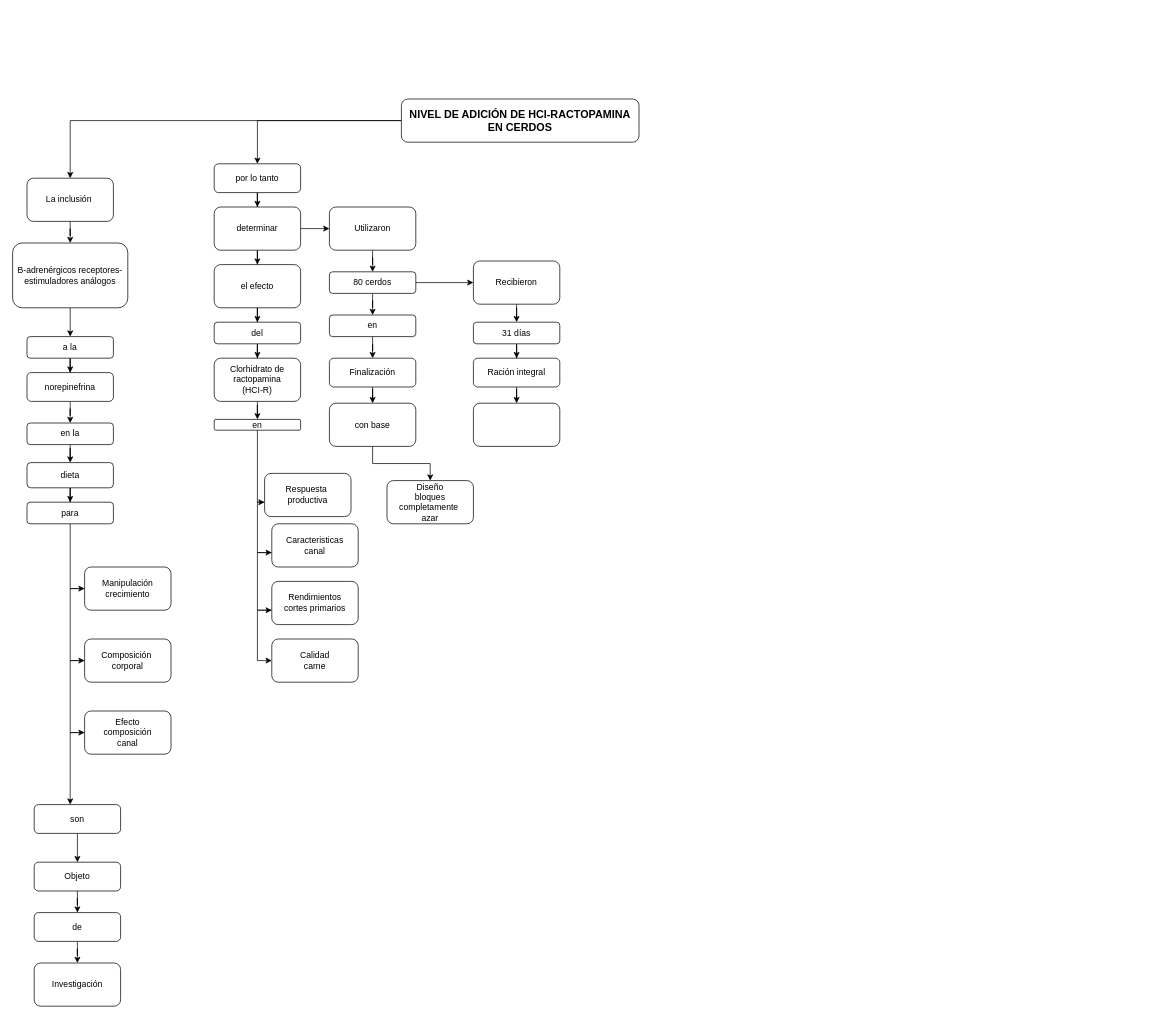
Before: Diagrama sin título.drawio in luisvelez96/luis, a draw.io diagram. Source tidied: cells renumbered, new cells numbered last; positions are measured from the earlier drawing's top-left corner, leaving out a move shared by most shapes. Both pictures are drawn from the tidied source at 72%, with x=0, y=0 at pixel (12, 99).
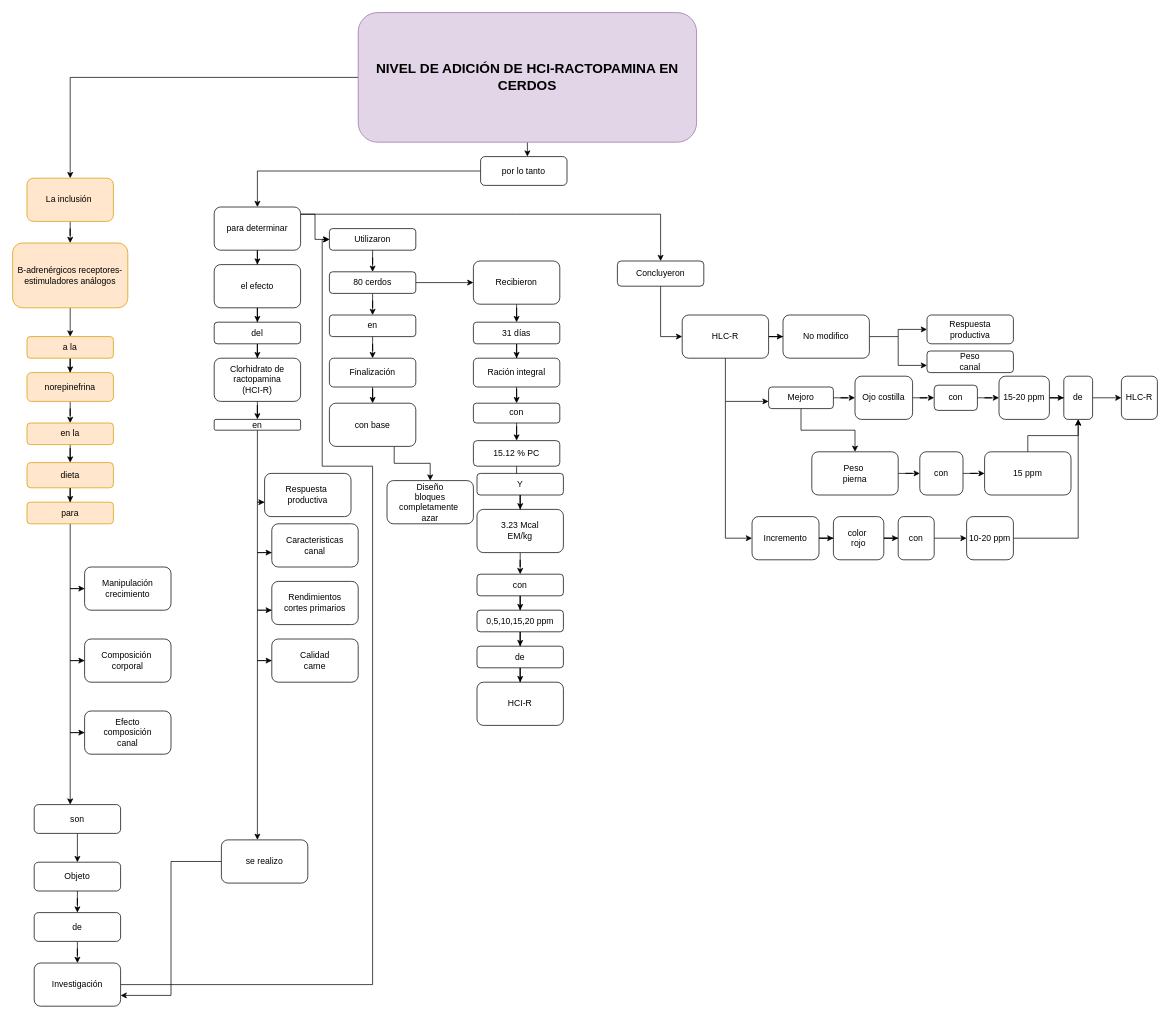
The same diagram, later.

Unchanged cells that the change refers to:
```xml
<mxCell id="31" value="Investigación" style="whiteSpace=wrap;html=1;rounded=1;strokeWidth=1;" parent="1" vertex="1">
  <mxGeometry x="30" y="1200" width="120" height="60" as="geometry" />
</mxCell>
<mxCell id="51" value="Calidad&lt;br&gt;carne" style="whiteSpace=wrap;html=1;rounded=1;strokeWidth=1;" parent="1" vertex="1">
  <mxGeometry x="360" y="750" width="120" height="60" as="geometry" />
</mxCell>
<mxCell id="62" value="con base" style="whiteSpace=wrap;html=1;rounded=1;strokeWidth=1;" parent="1" vertex="1">
  <mxGeometry x="440" y="422.5" width="120" height="60" as="geometry" />
</mxCell>
<mxCell id="63" value="Diseño&lt;br&gt;bloques&lt;br&gt;completamente&amp;nbsp;&lt;br&gt;azar" style="whiteSpace=wrap;html=1;rounded=1;strokeWidth=1;" parent="1" vertex="1">
  <mxGeometry x="520" y="530" width="120" height="60" as="geometry" />
</mxCell>
```

The edit, as a diff of the source:
```diff
@@
     <mxCell id="3" style="edgeStyle=orthogonalEdgeStyle;rounded=0;jettySize=auto;html=1;" parent="1" edge="1" source="4" target="33">
-      <mxGeometry relative="1" as="geometry" />
+      <mxGeometry relative="1" as="geometry">
+        <Array as="points">
+          <mxPoint x="700" y="110" />
+        </Array>
+      </mxGeometry>
     </mxCell>
-    <mxCell id="4" value="&lt;b&gt;&lt;font style=&quot;font-size: 15px&quot;&gt;NIVEL DE ADICIÓN DE HCI-RACTOPAMINA EN CERDOS&lt;/font&gt;&lt;/b&gt;" style="rounded=1;whiteSpace=wrap;html=1;strokeWidth=1;" parent="1" vertex="1">
-      <mxGeometry x="540" width="330" height="60" as="geometry" />
+    <mxCell id="4" value="&lt;font style=&quot;font-size: 19px&quot;&gt;&lt;b&gt;NIVEL DE ADICIÓN DE HCI-RACTOPAMINA EN CERDOS&lt;/b&gt;&lt;/font&gt;" style="rounded=1;whiteSpace=wrap;html=1;strokeWidth=1;fillColor=#e1d5e7;strokeColor=#9673a6;" parent="1" vertex="1">
+      <mxGeometry x="480" y="-120" width="470" height="180" as="geometry" />
     </mxCell>
@@
-    <mxCell id="6" value="La inclusión&amp;nbsp;" style="whiteSpace=wrap;html=1;rounded=1;strokeWidth=1;" parent="1" vertex="1">
+    <mxCell id="6" value="La inclusión&amp;nbsp;" style="whiteSpace=wrap;html=1;rounded=1;strokeWidth=1;fillColor=#ffe6cc;strokeColor=#d79b00;" parent="1" vertex="1">
       <mxGeometry x="20" y="110" width="120" height="60" as="geometry" />
     </mxCell>
@@
-    <mxCell id="8" value="B-adrenérgicos receptores-estimuladores análogos" style="whiteSpace=wrap;html=1;rounded=1;strokeWidth=1;" parent="1" vertex="1">
+    <mxCell id="8" value="B-adrenérgicos receptores-estimuladores análogos" style="whiteSpace=wrap;html=1;rounded=1;strokeWidth=1;fillColor=#ffe6cc;strokeColor=#d79b00;" parent="1" vertex="1">
       <mxGeometry y="200" width="160" height="90" as="geometry" />
     </mxCell>
@@
-    <mxCell id="10" value="a la" style="whiteSpace=wrap;html=1;rounded=1;strokeWidth=1;" parent="1" vertex="1">
+    <mxCell id="10" value="a la" style="whiteSpace=wrap;html=1;rounded=1;strokeWidth=1;fillColor=#ffe6cc;strokeColor=#d79b00;" parent="1" vertex="1">
       <mxGeometry x="20" y="330" width="120" height="30" as="geometry" />
     </mxCell>
@@
-    <mxCell id="12" value="norepinefrina" style="whiteSpace=wrap;html=1;rounded=1;strokeWidth=1;" parent="1" vertex="1">
+    <mxCell id="12" value="norepinefrina" style="whiteSpace=wrap;html=1;rounded=1;strokeWidth=1;fillColor=#ffe6cc;strokeColor=#d79b00;" parent="1" vertex="1">
       <mxGeometry x="20" y="380" width="120" height="40" as="geometry" />
     </mxCell>
@@
-    <mxCell id="14" value="en la" style="whiteSpace=wrap;html=1;rounded=1;strokeWidth=1;" parent="1" vertex="1">
+    <mxCell id="14" value="en la" style="whiteSpace=wrap;html=1;rounded=1;strokeWidth=1;fillColor=#ffe6cc;strokeColor=#d79b00;" parent="1" vertex="1">
       <mxGeometry x="20" y="450" width="120" height="30" as="geometry" />
     </mxCell>
@@
-    <mxCell id="16" value="dieta" style="whiteSpace=wrap;html=1;rounded=1;strokeWidth=1;" parent="1" vertex="1">
+    <mxCell id="16" value="dieta" style="whiteSpace=wrap;html=1;rounded=1;strokeWidth=1;fillColor=#ffe6cc;strokeColor=#d79b00;" parent="1" vertex="1">
       <mxGeometry x="20" y="505" width="120" height="35" as="geometry" />
     </mxCell>
@@
-    <mxCell id="18" value="para" style="whiteSpace=wrap;html=1;rounded=1;strokeWidth=1;" parent="1" vertex="1">
+    <mxCell id="18" value="para" style="whiteSpace=wrap;html=1;rounded=1;strokeWidth=1;fillColor=#ffe6cc;strokeColor=#d79b00;" parent="1" vertex="1">
       <mxGeometry x="20" y="560" width="120" height="30" as="geometry" />
     </mxCell>
@@
+    <mxCell id="71" style="edgeStyle=orthogonalEdgeStyle;rounded=0;jettySize=auto;html=1;entryX=0;entryY=0.5;entryDx=0;entryDy=0;" parent="1" edge="1" source="31" target="53">
+      <mxGeometry relative="1" as="geometry">
+        <Array as="points">
+          <mxPoint x="500" y="1230" />
+          <mxPoint x="500" y="510" />
+          <mxPoint x="430" y="510" />
+          <mxPoint x="430" y="195" />
+        </Array>
+      </mxGeometry>
+    </mxCell>
@@
     <mxCell id="33" value="por lo tanto" style="whiteSpace=wrap;html=1;rounded=1;strokeWidth=1;" parent="1" vertex="1">
-      <mxGeometry x="280" y="90" width="120" height="40" as="geometry" />
+      <mxGeometry x="650" y="80" width="120" height="40" as="geometry" />
     </mxCell>
@@
     <mxCell id="35" style="edgeStyle=orthogonalEdgeStyle;rounded=0;jettySize=auto;html=1;" parent="1" edge="1" source="36" target="53">
-      <mxGeometry relative="1" as="geometry" />
+      <mxGeometry relative="1" as="geometry">
+        <Array as="points">
+          <mxPoint x="420" y="160" />
+          <mxPoint x="420" y="195" />
+        </Array>
+      </mxGeometry>
     </mxCell>
-    <mxCell id="36" value="determinar" style="whiteSpace=wrap;html=1;rounded=1;strokeWidth=1;" parent="1" vertex="1">
+    <mxCell id="36" value="para determinar" style="whiteSpace=wrap;html=1;rounded=1;strokeWidth=1;" parent="1" vertex="1">
       <mxGeometry x="280" y="150" width="120" height="60" as="geometry" />
     </mxCell>
@@
+    <mxCell id="72" style="edgeStyle=orthogonalEdgeStyle;rounded=0;jettySize=auto;html=1;" parent="1" edge="1" source="51" target="126">
+      <mxGeometry relative="1" as="geometry">
+        <Array as="points">
+          <mxPoint x="340" y="780" />
+        </Array>
+      </mxGeometry>
+    </mxCell>
@@
     <mxCell id="53" value="Utilizaron" style="whiteSpace=wrap;html=1;rounded=1;strokeWidth=1;" parent="1" vertex="1">
-      <mxGeometry x="440" y="150" width="120" height="60" as="geometry" />
+      <mxGeometry x="440" y="180" width="120" height="30" as="geometry" />
     </mxCell>
@@
     <mxCell id="61" style="edgeStyle=orthogonalEdgeStyle;rounded=0;jettySize=auto;html=1;" parent="1" edge="1" source="62" target="63">
-      <mxGeometry relative="1" as="geometry" />
+      <mxGeometry relative="1" as="geometry">
+        <Array as="points">
+          <mxPoint x="530" y="506" />
+          <mxPoint x="580" y="506" />
+        </Array>
+      </mxGeometry>
     </mxCell>
@@
+    <mxCell id="73" style="edgeStyle=orthogonalEdgeStyle;rounded=0;jettySize=auto;html=1;" parent="1" edge="1" target="89">
+      <mxGeometry relative="1" as="geometry">
+        <mxPoint x="400" y="160" as="sourcePoint" />
+        <Array as="points">
+          <mxPoint x="700" y="160" />
+          <mxPoint x="900" y="160" />
+        </Array>
+      </mxGeometry>
+    </mxCell>
@@
+    <mxCell id="74" style="edgeStyle=orthogonalEdgeStyle;rounded=0;jettySize=auto;html=1;" parent="1" edge="1" source="70" target="76">
+      <mxGeometry relative="1" as="geometry" />
+    </mxCell>
-    <mxCell id="70" style="whiteSpace=wrap;html=1;rounded=1;strokeWidth=1;" parent="1" vertex="1">
-      <mxGeometry x="640" y="422.5" width="120" height="60" as="geometry" />
+    <mxCell id="70" value="con" style="whiteSpace=wrap;html=1;rounded=1;strokeWidth=1;" parent="1" vertex="1">
+      <mxGeometry x="640" y="422.5" width="120" height="27.5" as="geometry" />
     </mxCell>
+    <mxCell id="75" style="edgeStyle=orthogonalEdgeStyle;rounded=0;jettySize=auto;html=1;" parent="1" edge="1" source="76" target="78">
+      <mxGeometry relative="1" as="geometry" />
+    </mxCell>
+    <mxCell id="76" value="15.12 % PC" style="whiteSpace=wrap;html=1;rounded=1;strokeWidth=1;" parent="1" vertex="1">
+      <mxGeometry x="640" y="474.5" width="120" height="35.5" as="geometry" />
+    </mxCell>
+    <mxCell id="77" style="edgeStyle=orthogonalEdgeStyle;rounded=0;jettySize=auto;html=1;" parent="1" edge="1" source="78" target="80">
+      <mxGeometry relative="1" as="geometry" />
+    </mxCell>
+    <mxCell id="78" value="Y" style="whiteSpace=wrap;html=1;rounded=1;strokeWidth=1;" parent="1" vertex="1">
+      <mxGeometry x="645" y="520" width="120" height="30" as="geometry" />
+    </mxCell>
+    <mxCell id="79" style="edgeStyle=orthogonalEdgeStyle;rounded=0;jettySize=auto;html=1;" parent="1" edge="1" source="80" target="82">
+      <mxGeometry relative="1" as="geometry" />
+    </mxCell>
+    <mxCell id="80" value="3.23 Mcal&lt;br&gt;EM/kg" style="whiteSpace=wrap;html=1;rounded=1;strokeWidth=1;" parent="1" vertex="1">
+      <mxGeometry x="645" y="570" width="120" height="60" as="geometry" />
+    </mxCell>
+    <mxCell id="81" style="edgeStyle=orthogonalEdgeStyle;rounded=0;jettySize=auto;html=1;" parent="1" edge="1" source="82" target="84">
+      <mxGeometry relative="1" as="geometry" />
+    </mxCell>
+    <mxCell id="82" value="con" style="whiteSpace=wrap;html=1;rounded=1;strokeWidth=1;" parent="1" vertex="1">
+      <mxGeometry x="645" y="660" width="120" height="30" as="geometry" />
+    </mxCell>
+    <mxCell id="83" style="edgeStyle=orthogonalEdgeStyle;rounded=0;jettySize=auto;html=1;" parent="1" edge="1" source="84" target="86">
+      <mxGeometry relative="1" as="geometry" />
+    </mxCell>
+    <mxCell id="84" value="0,5,10,15,20 ppm" style="whiteSpace=wrap;html=1;rounded=1;strokeWidth=1;" parent="1" vertex="1">
+      <mxGeometry x="645" y="710" width="120" height="30" as="geometry" />
+    </mxCell>
+    <mxCell id="85" style="edgeStyle=orthogonalEdgeStyle;rounded=0;jettySize=auto;html=1;" parent="1" edge="1" source="86" target="87">
+      <mxGeometry relative="1" as="geometry" />
+    </mxCell>
+    <mxCell id="86" value="de" style="whiteSpace=wrap;html=1;rounded=1;strokeWidth=1;" parent="1" vertex="1">
+      <mxGeometry x="645" y="760" width="120" height="30" as="geometry" />
+    </mxCell>
+    <mxCell id="87" value="HCI-R" style="whiteSpace=wrap;html=1;rounded=1;strokeWidth=1;" parent="1" vertex="1">
+      <mxGeometry x="645" y="810" width="120" height="60" as="geometry" />
+    </mxCell>
+    <mxCell id="88" style="edgeStyle=orthogonalEdgeStyle;rounded=0;jettySize=auto;html=1;" parent="1" edge="1" source="89" target="92">
+      <mxGeometry relative="1" as="geometry">
+        <Array as="points">
+          <mxPoint x="900" y="330" />
+        </Array>
+      </mxGeometry>
+    </mxCell>
+    <mxCell id="89" value="Concluyeron" style="whiteSpace=wrap;html=1;rounded=1;strokeWidth=1;" parent="1" vertex="1">
+      <mxGeometry x="840" y="225" width="120" height="35" as="geometry" />
+    </mxCell>
+    <mxCell id="90" style="edgeStyle=orthogonalEdgeStyle;rounded=0;jettySize=auto;html=1;" parent="1" edge="1" source="92" target="94">
+      <mxGeometry relative="1" as="geometry" />
+    </mxCell>
+    <mxCell id="91" style="edgeStyle=orthogonalEdgeStyle;rounded=0;jettySize=auto;html=1;" parent="1" edge="1" source="92" target="100">
+      <mxGeometry relative="1" as="geometry">
+        <Array as="points">
+          <mxPoint x="990" y="420" />
+        </Array>
+      </mxGeometry>
+    </mxCell>
+    <mxCell id="92" value="HLC-R" style="whiteSpace=wrap;html=1;rounded=1;strokeWidth=1;" parent="1" vertex="1">
+      <mxGeometry x="930" y="300" width="120" height="60" as="geometry" />
+    </mxCell>
+    <mxCell id="93" style="edgeStyle=orthogonalEdgeStyle;rounded=0;jettySize=auto;html=1;" parent="1" edge="1" source="94" target="96">
+      <mxGeometry relative="1" as="geometry" />
+    </mxCell>
+    <mxCell id="94" value="No modifico" style="whiteSpace=wrap;html=1;rounded=1;strokeWidth=1;" parent="1" vertex="1">
+      <mxGeometry x="1070" y="300" width="120" height="60" as="geometry" />
+    </mxCell>
+    <mxCell id="95" style="edgeStyle=orthogonalEdgeStyle;rounded=0;jettySize=auto;html=1;" parent="1" edge="1" target="97">
+      <mxGeometry relative="1" as="geometry">
+        <mxPoint x="1230" y="330" as="sourcePoint" />
+        <Array as="points">
+          <mxPoint x="1230" y="370" />
+        </Array>
+      </mxGeometry>
+    </mxCell>
+    <mxCell id="96" value="Respuesta &lt;br&gt;productiva&lt;br&gt;" style="whiteSpace=wrap;html=1;rounded=1;strokeWidth=1;" parent="1" vertex="1">
+      <mxGeometry x="1270" y="300" width="120" height="40" as="geometry" />
+    </mxCell>
+    <mxCell id="97" value="Peso&lt;br&gt;canal" style="whiteSpace=wrap;html=1;rounded=1;strokeWidth=1;" parent="1" vertex="1">
+      <mxGeometry x="1270" y="350" width="120" height="30" as="geometry" />
+    </mxCell>
+    <mxCell id="98" style="edgeStyle=orthogonalEdgeStyle;rounded=0;jettySize=auto;html=1;" parent="1" edge="1" source="100" target="102">
+      <mxGeometry relative="1" as="geometry" />
+    </mxCell>
+    <mxCell id="99" style="edgeStyle=orthogonalEdgeStyle;rounded=0;jettySize=auto;html=1;" parent="1" edge="1" source="100" target="112">
+      <mxGeometry relative="1" as="geometry" />
+    </mxCell>
+    <mxCell id="100" value="Mejoro" style="whiteSpace=wrap;html=1;rounded=1;strokeWidth=1;" parent="1" vertex="1">
+      <mxGeometry x="1050" y="400" width="90" height="30" as="geometry" />
+    </mxCell>
+    <mxCell id="101" style="edgeStyle=orthogonalEdgeStyle;rounded=0;jettySize=auto;html=1;" parent="1" edge="1" source="102" target="104">
+      <mxGeometry relative="1" as="geometry" />
+    </mxCell>
+    <mxCell id="102" value="Ojo costilla" style="whiteSpace=wrap;html=1;rounded=1;strokeWidth=1;" parent="1" vertex="1">
+      <mxGeometry x="1170" y="385" width="80" height="60" as="geometry" />
+    </mxCell>
+    <mxCell id="103" style="edgeStyle=orthogonalEdgeStyle;rounded=0;jettySize=auto;html=1;" parent="1" edge="1" source="104" target="106">
+      <mxGeometry relative="1" as="geometry" />
+    </mxCell>
+    <mxCell id="104" value="con" style="whiteSpace=wrap;html=1;rounded=1;strokeWidth=1;" parent="1" vertex="1">
+      <mxGeometry x="1280" y="397.5" width="60" height="35" as="geometry" />
+    </mxCell>
+    <mxCell id="105" style="edgeStyle=orthogonalEdgeStyle;rounded=0;jettySize=auto;html=1;" parent="1" edge="1" source="106" target="108">
+      <mxGeometry relative="1" as="geometry" />
+    </mxCell>
+    <mxCell id="106" value="15-20 ppm" style="whiteSpace=wrap;html=1;rounded=1;strokeWidth=1;" parent="1" vertex="1">
+      <mxGeometry x="1370" y="385" width="70" height="60" as="geometry" />
+    </mxCell>
+    <mxCell id="107" style="edgeStyle=orthogonalEdgeStyle;rounded=0;jettySize=auto;html=1;" parent="1" edge="1" source="108" target="109">
+      <mxGeometry relative="1" as="geometry" />
+    </mxCell>
+    <mxCell id="108" value="de" style="whiteSpace=wrap;html=1;rounded=1;strokeWidth=1;" parent="1" vertex="1">
+      <mxGeometry x="1460" y="385" width="40" height="60" as="geometry" />
+    </mxCell>
+    <mxCell id="109" value="HLC-R" style="whiteSpace=wrap;html=1;rounded=1;strokeWidth=1;" parent="1" vertex="1">
+      <mxGeometry x="1540" y="385" width="50" height="60" as="geometry" />
+    </mxCell>
+    <mxCell id="110" style="edgeStyle=orthogonalEdgeStyle;rounded=0;jettySize=auto;html=1;" parent="1" edge="1" source="112" target="114">
+      <mxGeometry relative="1" as="geometry" />
+    </mxCell>
+    <mxCell id="111" style="edgeStyle=orthogonalEdgeStyle;rounded=0;jettySize=auto;html=1;entryX=0;entryY=0.5;entryDx=0;entryDy=0;" parent="1" edge="1" target="118">
+      <mxGeometry relative="1" as="geometry">
+        <mxPoint x="990" y="420" as="sourcePoint" />
+        <Array as="points">
+          <mxPoint x="990" y="610" />
+        </Array>
+      </mxGeometry>
+    </mxCell>
+    <mxCell id="112" value="Peso&amp;nbsp;&lt;br&gt;pierna" style="whiteSpace=wrap;html=1;rounded=1;strokeWidth=1;" parent="1" vertex="1">
+      <mxGeometry x="1110" y="490" width="120" height="60" as="geometry" />
+    </mxCell>
+    <mxCell id="113" style="edgeStyle=orthogonalEdgeStyle;rounded=0;jettySize=auto;html=1;" parent="1" edge="1" source="114" target="116">
+      <mxGeometry relative="1" as="geometry" />
+    </mxCell>
+    <mxCell id="114" value="con" style="whiteSpace=wrap;html=1;rounded=1;strokeWidth=1;" parent="1" vertex="1">
+      <mxGeometry x="1260" y="490" width="60" height="60" as="geometry" />
+    </mxCell>
+    <mxCell id="115" style="edgeStyle=orthogonalEdgeStyle;rounded=0;jettySize=auto;html=1;entryX=0.5;entryY=1;entryDx=0;entryDy=0;" parent="1" edge="1" source="116" target="108">
+      <mxGeometry relative="1" as="geometry" />
+    </mxCell>
+    <mxCell id="116" value="15 ppm" style="whiteSpace=wrap;html=1;rounded=1;strokeWidth=1;" parent="1" vertex="1">
+      <mxGeometry x="1350" y="490" width="120" height="60" as="geometry" />
+    </mxCell>
+    <mxCell id="117" style="edgeStyle=orthogonalEdgeStyle;rounded=0;jettySize=auto;html=1;" parent="1" edge="1" source="118" target="120">
+      <mxGeometry relative="1" as="geometry" />
+    </mxCell>
+    <mxCell id="118" value="Incremento" style="whiteSpace=wrap;html=1;rounded=1;strokeWidth=1;" parent="1" vertex="1">
+      <mxGeometry x="1027" y="580" width="93" height="60" as="geometry" />
+    </mxCell>
+    <mxCell id="119" style="edgeStyle=orthogonalEdgeStyle;rounded=0;jettySize=auto;html=1;" parent="1" edge="1" source="120" target="122">
+      <mxGeometry relative="1" as="geometry" />
+    </mxCell>
+    <mxCell id="120" value="color&amp;nbsp;&lt;br&gt;rojo" style="whiteSpace=wrap;html=1;rounded=1;strokeWidth=1;" parent="1" vertex="1">
+      <mxGeometry x="1140" y="580" width="70" height="60" as="geometry" />
+    </mxCell>
+    <mxCell id="121" style="edgeStyle=orthogonalEdgeStyle;rounded=0;jettySize=auto;html=1;" parent="1" edge="1" source="122" target="124">
+      <mxGeometry relative="1" as="geometry" />
+    </mxCell>
+    <mxCell id="122" value="con" style="whiteSpace=wrap;html=1;rounded=1;strokeWidth=1;" parent="1" vertex="1">
+      <mxGeometry x="1230" y="580" width="50" height="60" as="geometry" />
+    </mxCell>
+    <mxCell id="123" style="edgeStyle=orthogonalEdgeStyle;rounded=0;jettySize=auto;html=1;entryX=0.5;entryY=1;entryDx=0;entryDy=0;" parent="1" edge="1" source="124" target="108">
+      <mxGeometry relative="1" as="geometry" />
+    </mxCell>
+    <mxCell id="124" value="10-20 ppm" style="whiteSpace=wrap;html=1;rounded=1;strokeWidth=1;" parent="1" vertex="1">
+      <mxGeometry x="1325" y="580" width="65" height="60" as="geometry" />
+    </mxCell>
+    <mxCell id="125" style="edgeStyle=orthogonalEdgeStyle;rounded=0;jettySize=auto;html=1;entryX=1;entryY=0.75;entryDx=0;entryDy=0;" parent="1" edge="1" source="126" target="31">
+      <mxGeometry relative="1" as="geometry" />
+    </mxCell>
+    <mxCell id="126" value="se realizo" style="whiteSpace=wrap;html=1;rounded=1;strokeWidth=1;" parent="1" vertex="1">
+      <mxGeometry x="290" y="1029" width="120" height="60" as="geometry" />
+    </mxCell>
```
